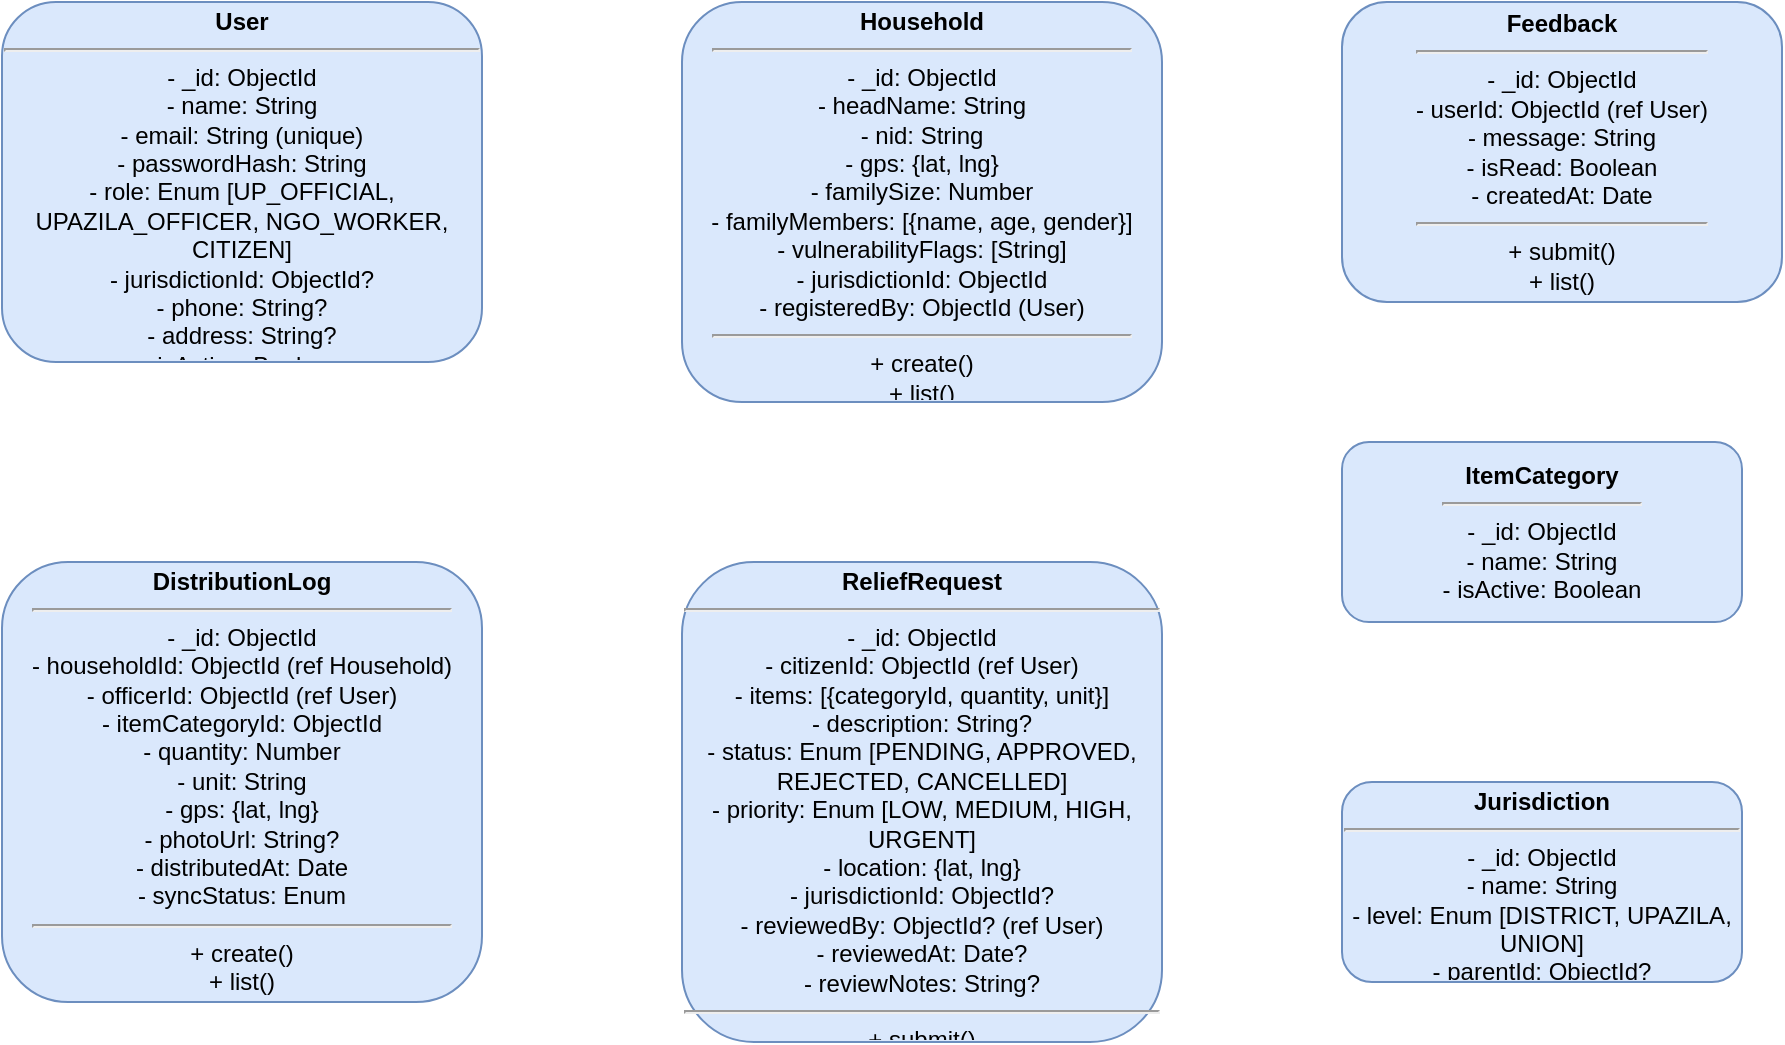
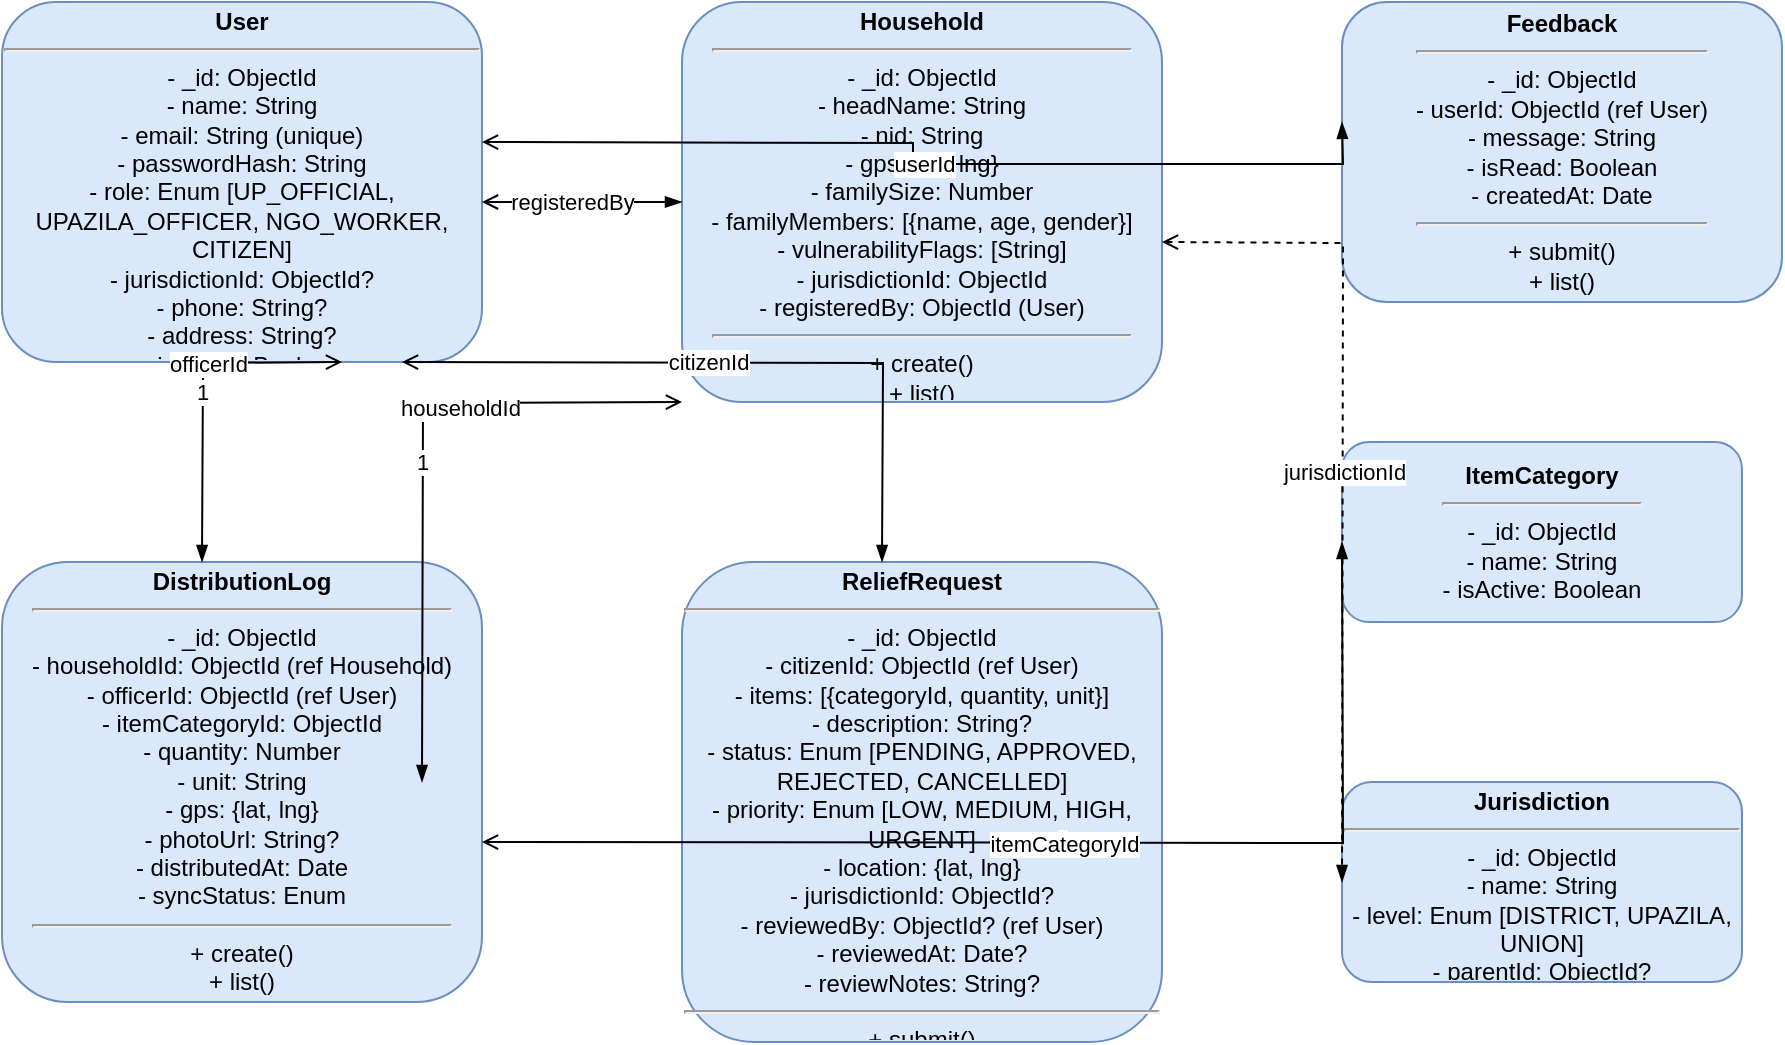
<?xml version="1.0" encoding="UTF-8"?>
<mxfile host="RelifMesh" modified="2026-06-10T10:00:00.000Z">
  <diagram id="class-diagram" name="Class Diagram">
    <mxGraphModel dx="1262" dy="794" grid="1" gridSize="10" guides="1" tooltips="1" connect="1" arrows="1" fold="1" page="1" pageScale="1" pageWidth="1100" pageHeight="850" math="0" shadow="0">
      <root>
        <mxCell id="0" />
        <mxCell id="1" parent="0" />
- 
-         <!-- === CLASS: User === -->
        <mxCell id="class-user" value="&lt;b&gt;User&lt;/b&gt;&lt;hr&gt;- _id: ObjectId&lt;br&gt;- name: String&lt;br&gt;- email: String (unique)&lt;br&gt;- passwordHash: String&lt;br&gt;- role: Enum [UP_OFFICIAL, UPAZILA_OFFICER, NGO_WORKER, CITIZEN]&lt;br&gt;- jurisdictionId: ObjectId?&lt;br&gt;- phone: String?&lt;br&gt;- address: String?&lt;br&gt;- isActive: Boolean&lt;hr&gt;+ register()&lt;br&gt;+ login()&lt;br&gt;+ getProfile()" style="shape=rect;rounded=1;whiteSpace=wrap;html=1;overflow=hidden;fillColor=#dae8fc;strokeColor=#6c8ebf;" vertex="1" parent="1">
          <mxGeometry x="30" y="30" width="240" height="180" as="geometry" />
        </mxCell>
- 
-         <!-- === CLASS: Household === -->
        <mxCell id="class-household" value="&lt;b&gt;Household&lt;/b&gt;&lt;hr&gt;- _id: ObjectId&lt;br&gt;- headName: String&lt;br&gt;- nid: String&lt;br&gt;- gps: {lat, lng}&lt;br&gt;- familySize: Number&lt;br&gt;- familyMembers: [{name, age, gender}]&lt;br&gt;- vulnerabilityFlags: [String]&lt;br&gt;- jurisdictionId: ObjectId&lt;br&gt;- registeredBy: ObjectId (User)&lt;hr&gt;+ create()&lt;br&gt;+ list()&lt;br&gt;+ getById()&lt;br&gt;+ update()" style="shape=rect;rounded=1;whiteSpace=wrap;html=1;overflow=hidden;fillColor=#dae8fc;strokeColor=#6c8ebf;" vertex="1" parent="1">
          <mxGeometry x="370" y="30" width="240" height="200" as="geometry" />
        </mxCell>
- 
-         <!-- === CLASS: DistributionLog === -->
        <mxCell id="class-distribution" value="&lt;b&gt;DistributionLog&lt;/b&gt;&lt;hr&gt;- _id: ObjectId&lt;br&gt;- householdId: ObjectId (ref Household)&lt;br&gt;- officerId: ObjectId (ref User)&lt;br&gt;- itemCategoryId: ObjectId&lt;br&gt;- quantity: Number&lt;br&gt;- unit: String&lt;br&gt;- gps: {lat, lng}&lt;br&gt;- photoUrl: String?&lt;br&gt;- distributedAt: Date&lt;br&gt;- syncStatus: Enum&lt;hr&gt;+ create()&lt;br&gt;+ list()&lt;br&gt;+ getById()&lt;br&gt;+ update()&lt;br&gt;+ remove()" style="shape=rect;rounded=1;whiteSpace=wrap;html=1;overflow=hidden;fillColor=#dae8fc;strokeColor=#6c8ebf;" vertex="1" parent="1">
          <mxGeometry x="30" y="310" width="240" height="220" as="geometry" />
        </mxCell>
- 
-         <!-- === CLASS: ReliefRequest === -->
        <mxCell id="class-reliefrequest" value="&lt;b&gt;ReliefRequest&lt;/b&gt;&lt;hr&gt;- _id: ObjectId&lt;br&gt;- citizenId: ObjectId (ref User)&lt;br&gt;- items: [{categoryId, quantity, unit}]&lt;br&gt;- description: String?&lt;br&gt;- status: Enum [PENDING, APPROVED, REJECTED, CANCELLED]&lt;br&gt;- priority: Enum [LOW, MEDIUM, HIGH, URGENT]&lt;br&gt;- location: {lat, lng}&lt;br&gt;- jurisdictionId: ObjectId?&lt;br&gt;- reviewedBy: ObjectId? (ref User)&lt;br&gt;- reviewedAt: Date?&lt;br&gt;- reviewNotes: String?&lt;hr&gt;+ submit()&lt;br&gt;+ list()&lt;br&gt;+ review()&lt;br&gt;+ cancel()" style="shape=rect;rounded=1;whiteSpace=wrap;html=1;overflow=hidden;fillColor=#dae8fc;strokeColor=#6c8ebf;" vertex="1" parent="1">
          <mxGeometry x="370" y="310" width="240" height="240" as="geometry" />
        </mxCell>
- 
-         <!-- === CLASS: Feedback === -->
        <mxCell id="class-feedback" value="&lt;b&gt;Feedback&lt;/b&gt;&lt;hr&gt;- _id: ObjectId&lt;br&gt;- userId: ObjectId (ref User)&lt;br&gt;- message: String&lt;br&gt;- isRead: Boolean&lt;br&gt;- createdAt: Date&lt;hr&gt;+ submit()&lt;br&gt;+ list()" style="shape=rect;rounded=1;whiteSpace=wrap;html=1;overflow=hidden;fillColor=#dae8fc;strokeColor=#6c8ebf;" vertex="1" parent="1">
          <mxGeometry x="700" y="30" width="220" height="150" as="geometry" />
        </mxCell>
- 
-         <!-- === CLASS: ItemCategory === -->
        <mxCell id="class-itemcategory" value="&lt;b&gt;ItemCategory&lt;/b&gt;&lt;hr&gt;- _id: ObjectId&lt;br&gt;- name: String&lt;br&gt;- isActive: Boolean" style="shape=rect;rounded=1;whiteSpace=wrap;html=1;overflow=hidden;fillColor=#dae8fc;strokeColor=#6c8ebf;" vertex="1" parent="1">
          <mxGeometry x="700" y="250" width="200" height="90" as="geometry" />
        </mxCell>
- 
-         <!-- === CLASS: Jurisdiction === -->
        <mxCell id="class-jurisdiction" value="&lt;b&gt;Jurisdiction&lt;/b&gt;&lt;hr&gt;- _id: ObjectId&lt;br&gt;- name: String&lt;br&gt;- level: Enum [DISTRICT, UPAZILA, UNION]&lt;br&gt;- parentId: ObjectId?" style="shape=rect;rounded=1;whiteSpace=wrap;html=1;overflow=hidden;fillColor=#dae8fc;strokeColor=#6c8ebf;" vertex="1" parent="1">
          <mxGeometry x="700" y="420" width="200" height="100" as="geometry" />
        </mxCell>
- 
-         <!-- === ASSOCIATIONS === -->
- 
-         <!-- User 1 --- * Household (registeredBy) -->
        <mxCell id="assoc-user-household" value="1" style="edgeStyle=orthogonalEdgeStyle;rounded=0;orthogonalLoop=1;jettySize=auto;html=1;endArrow=blockThin;endFill=1;startArrow=open;startFill=0;" edge="1" parent="1">
          <mxGeometry relative="1" as="geometry">
            <mxPoint x="270" y="130" as="sourcePoint" />
            <mxPoint x="370" y="130" as="targetPoint" />
            <mxArray as="points" />
          </mxGeometry>
        </mxCell>
        <mxCell id="assoc-user-household-label" value="registeredBy" style="edgeLabel;html=1;align=center;verticalAlign=middle;resizable=0;points=[];" vertex="1" parent="assoc-user-household" connectable="0">
          <mxGeometry x="-0.1" relative="1" as="geometry" />
        </mxCell>
- 
-         <!-- User 1 --- * DistributionLog (officerId) -->
        <mxCell id="assoc-user-dist" value="1" style="edgeStyle=orthogonalEdgeStyle;rounded=0;orthogonalLoop=1;jettySize=auto;html=1;endArrow=blockThin;endFill=1;startArrow=open;startFill=0;" edge="1" parent="1">
          <mxGeometry relative="1" as="geometry">
            <mxPoint x="200" y="210" as="sourcePoint" />
            <mxPoint x="130" y="310" as="targetPoint" />
            <mxArray as="points">
              <mxPoint x="200" y="260" />
              <mxPoint x="130" y="260" />
            </mxArray>
          </mxGeometry>
        </mxCell>
        <mxCell id="assoc-user-dist-label" value="officerId" style="edgeLabel;html=1;align=center;verticalAlign=middle;resizable=0;points=[];" vertex="1" parent="assoc-user-dist" connectable="0">
          <mxGeometry x="-0.2" relative="1" as="geometry" />
        </mxCell>
- 
-         <!-- User 1 --- * ReliefRequest (citizenId) -->
        <mxCell id="assoc-user-rr" value="1" style="edgeStyle=orthogonalEdgeStyle;rounded=0;orthogonalLoop=1;jettySize=auto;html=1;endArrow=blockThin;endFill=1;startArrow=open;startFill=0;" edge="1" parent="1">
          <mxGeometry relative="1" as="geometry">
            <mxPoint x="230" y="210" as="sourcePoint" />
            <mxPoint x="470" y="310" as="targetPoint" />
          </mxGeometry>
        </mxCell>
        <mxCell id="assoc-user-rr-label" value="citizenId" style="edgeLabel;html=1;align=center;verticalAlign=middle;resizable=0;points=[];" vertex="1" parent="assoc-user-rr" connectable="0">
          <mxGeometry x="-0.1" y="1" relative="1" as="geometry" />
        </mxCell>
- 
-         <!-- User 1 --- * Feedback -->
        <mxCell id="assoc-user-fb" value="1" style="edgeStyle=orthogonalEdgeStyle;rounded=0;orthogonalLoop=1;jettySize=auto;html=1;endArrow=blockThin;endFill=1;startArrow=open;startFill=0;" edge="1" parent="1">
          <mxGeometry relative="1" as="geometry">
            <mxPoint x="270" y="100" as="sourcePoint" />
            <mxPoint x="700" y="90" as="targetPoint" />
          </mxGeometry>
        </mxCell>
        <mxCell id="assoc-user-fb-label" value="userId" style="edgeLabel;html=1;align=center;verticalAlign=middle;resizable=0;points=[];" vertex="1" parent="assoc-user-fb" connectable="0">
          <mxGeometry relative="1" as="geometry" />
        </mxCell>
- 
-         <!-- Household 1 --- * DistributionLog -->
        <mxCell id="assoc-hh-dist" value="1" style="edgeStyle=orthogonalEdgeStyle;rounded=0;orthogonalLoop=1;jettySize=auto;html=1;endArrow=blockThin;endFill=1;startArrow=open;startFill=0;" edge="1" parent="1">
          <mxGeometry relative="1" as="geometry">
            <mxPoint x="370" y="230" as="sourcePoint" />
            <mxPoint x="240" y="420" as="targetPoint" />
          </mxGeometry>
        </mxCell>
        <mxCell id="assoc-hh-dist-label" value="householdId" style="edgeLabel;html=1;align=center;verticalAlign=middle;resizable=0;points=[];" vertex="1" parent="assoc-hh-dist" connectable="0">
          <mxGeometry x="-0.3" y="2" relative="1" as="geometry" />
        </mxCell>
- 
-         <!-- DistributionLog * --- 1 ItemCategory -->
        <mxCell id="assoc-dist-ic" value="*" style="edgeStyle=orthogonalEdgeStyle;rounded=0;orthogonalLoop=1;jettySize=auto;html=1;endArrow=blockThin;endFill=1;startArrow=open;startFill=0;" edge="1" parent="1">
          <mxGeometry relative="1" as="geometry">
            <mxPoint x="270" y="450" as="sourcePoint" />
            <mxPoint x="700" y="300" as="targetPoint" />
          </mxGeometry>
        </mxCell>
        <mxCell id="assoc-dist-ic-label" value="itemCategoryId" style="edgeLabel;html=1;align=center;verticalAlign=middle;resizable=0;points=[];" vertex="1" parent="assoc-dist-ic" connectable="0">
          <mxGeometry relative="1" as="geometry" />
        </mxCell>
- 
-         <!-- Household belongs-to Jurisdiction -->
        <mxCell id="assoc-hh-jur" value="*" style="edgeStyle=orthogonalEdgeStyle;rounded=0;orthogonalLoop=1;jettySize=auto;html=1;endArrow=blockThin;endFill=1;startArrow=open;startFill=0;dashed=1;" edge="1" parent="1">
          <mxGeometry relative="1" as="geometry">
            <mxPoint x="610" y="150" as="sourcePoint" />
            <mxPoint x="700" y="470" as="targetPoint" />
          </mxGeometry>
        </mxCell>
        <mxCell id="assoc-hh-jur-label" value="jurisdictionId" style="edgeLabel;html=1;align=center;verticalAlign=middle;resizable=0;points=[];" vertex="1" parent="assoc-hh-jur" connectable="0">
          <mxGeometry relative="1" as="geometry" />
        </mxCell>
- 
      </root>
    </mxGraphModel>
  </diagram>
</mxfile>
